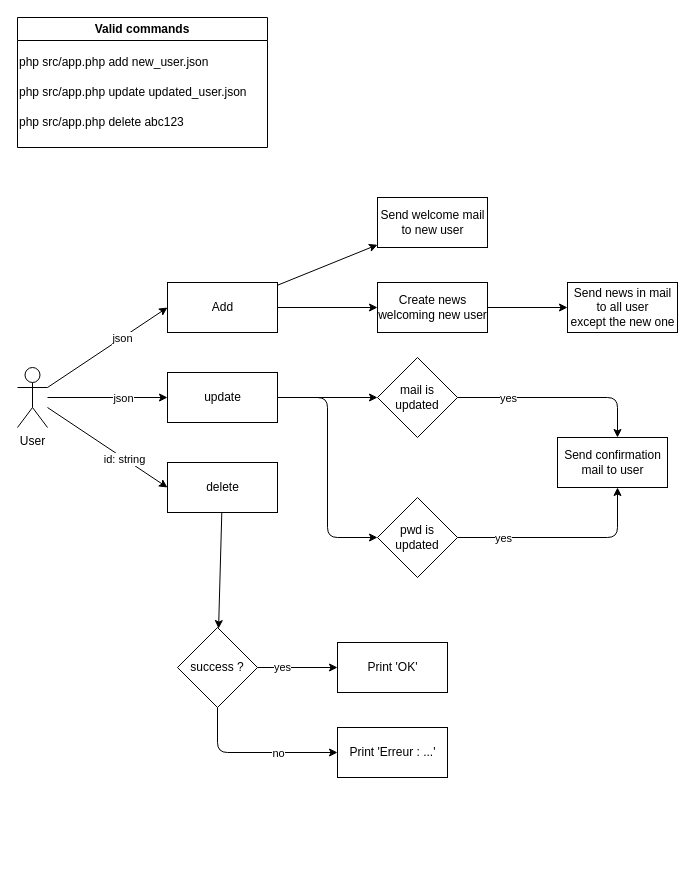
Nimajjj/inscription keeps this draw.io diagram as userflow.drawio. Above is the earlier version. Source tidied: cells renumbered, new cells numbered last; positions are measured from the earlier drawing's top-left corner, leaving out a move shared by most shapes. Both pictures are drawn from the tidied source at 100%, with x=0, y=0 at pixel (17, 17).
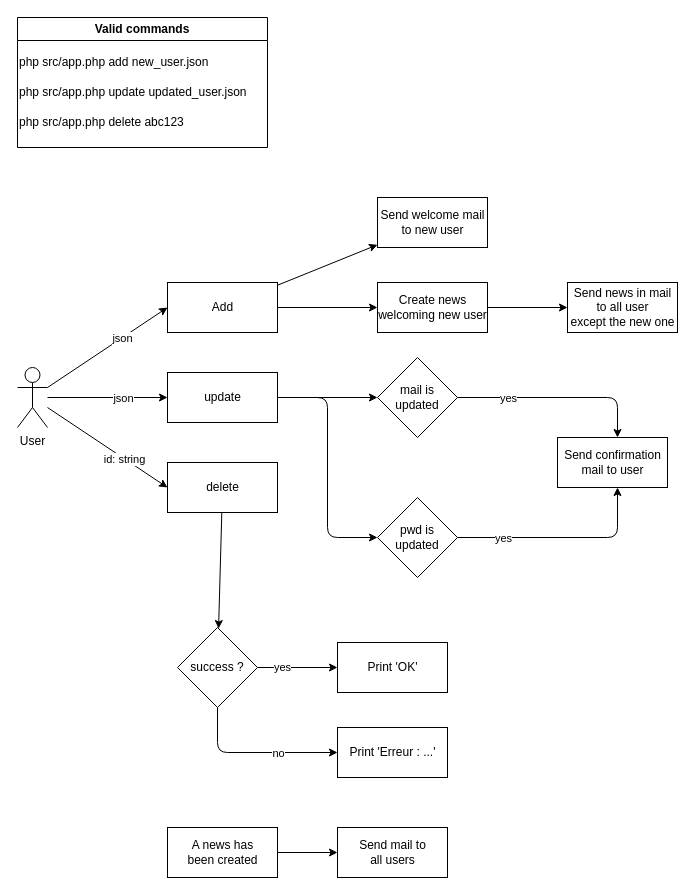
The same diagram, later.

Commit message (it also covers changes not shown here):
add architecture diagram

The edit, as a diff of the source:
```diff
@@
+    <mxCell id="39" style="edgeStyle=orthogonalEdgeStyle;html=1;" parent="1" edge="1" source="40" target="41">
+      <mxGeometry relative="1" as="geometry" />
+    </mxCell>
+    <mxCell id="40" value="A news has &lt;br&gt;been created" style="html=1;" parent="1" vertex="1">
+      <mxGeometry x="150" y="810" width="110" height="50" as="geometry" />
+    </mxCell>
+    <mxCell id="41" value="Send mail to &lt;br&gt;all users" style="html=1;" parent="1" vertex="1">
+      <mxGeometry x="320" y="810" width="110" height="50" as="geometry" />
+    </mxCell>
```
